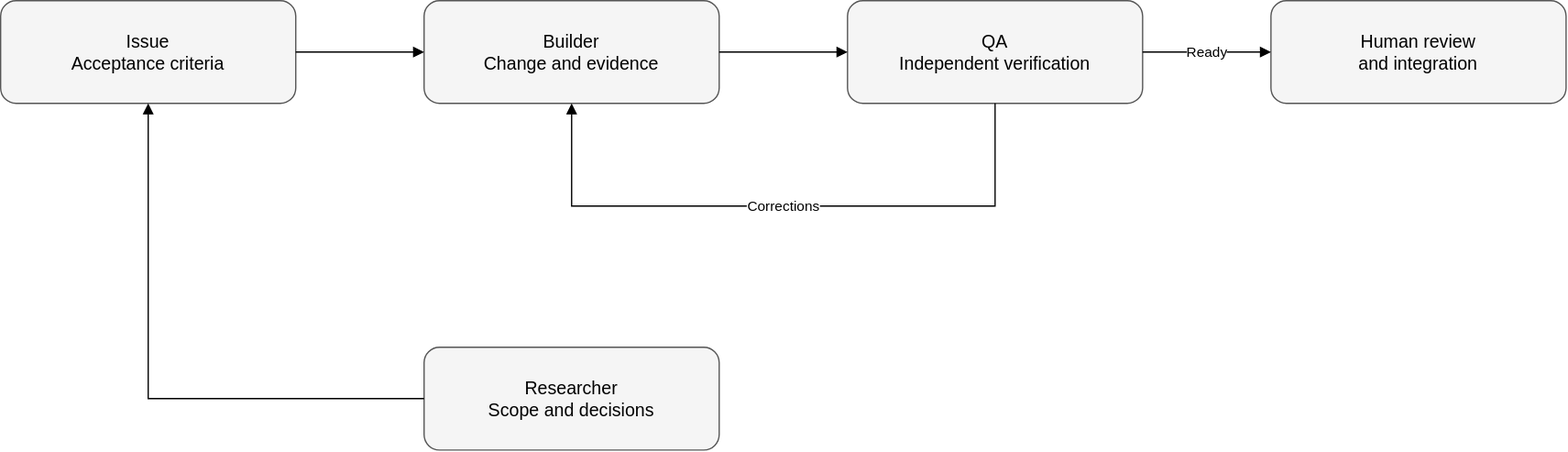
The draw.io diagram diagrams/exports/agentic-development-workflow.svg in jairzinhosantos/thinking-harness, before a commit. Source tidied: cells renumbered, new cells last; positions are measured from the earlier drawing's top-left corner, leaving out a move shared by most shapes.
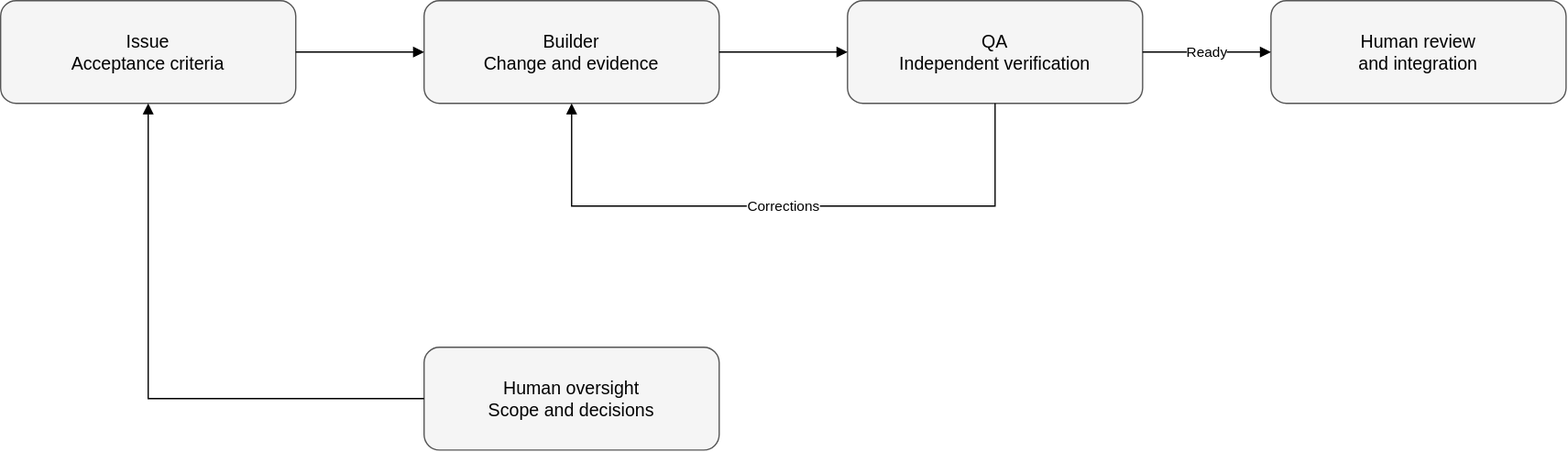
After the commit.

Change to the diagram source:
```diff
@@ -14,7 +14,7 @@
     <mxCell id="5" value="Human review&lt;br&gt;and integration" style="rounded=1;whiteSpace=wrap;html=1;fillColor=#f5f5f5;strokeColor=#555555;fontSize=14;" parent="1" vertex="1">
       <mxGeometry x="990" width="230" height="80" as="geometry" />
     </mxCell>
-    <mxCell id="6" value="Researcher&lt;br&gt;Scope and decisions" style="rounded=1;whiteSpace=wrap;html=1;fillColor=#f5f5f5;strokeColor=#555555;fontSize=14;" parent="1" vertex="1">
+    <mxCell id="6" value="Human oversight&lt;br&gt;Scope and decisions" style="rounded=1;whiteSpace=wrap;html=1;fillColor=#f5f5f5;strokeColor=#555555;fontSize=14;" parent="1" vertex="1">
       <mxGeometry x="330" y="270" width="230" height="80" as="geometry" />
     </mxCell>
     <mxCell id="7" style="edgeStyle=orthogonalEdgeStyle;rounded=0;html=1;endArrow=block;" parent="1" edge="1" source="2" target="3">
```
